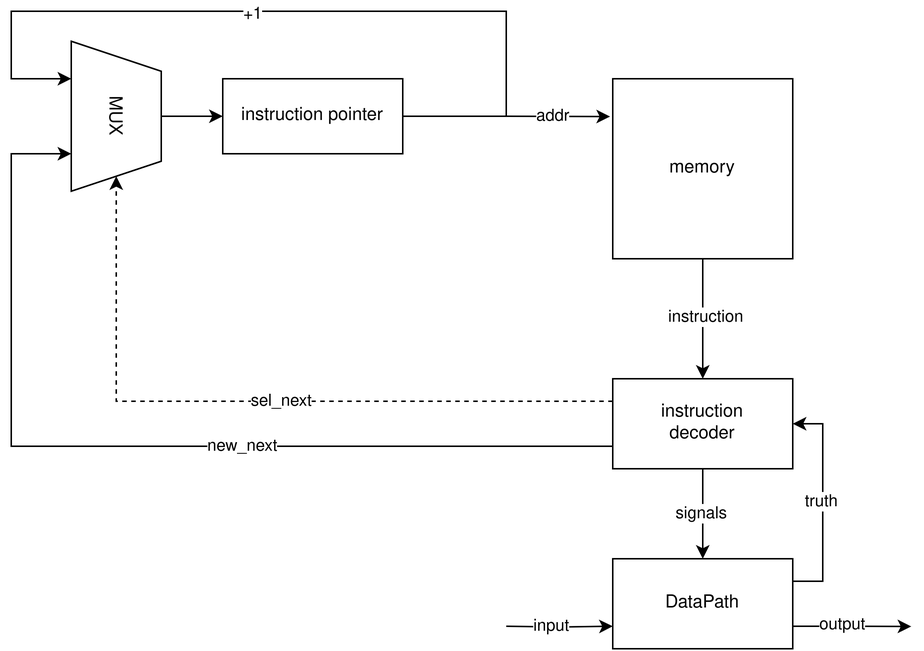
Earlier version of the draw.io export diagrams/controlunit.drawio.png (sultanowskii/drum). Source tidied: cells renumbered, new cells last; positions are measured from the earlier drawing's top-left corner, leaving out a move shared by most shapes.
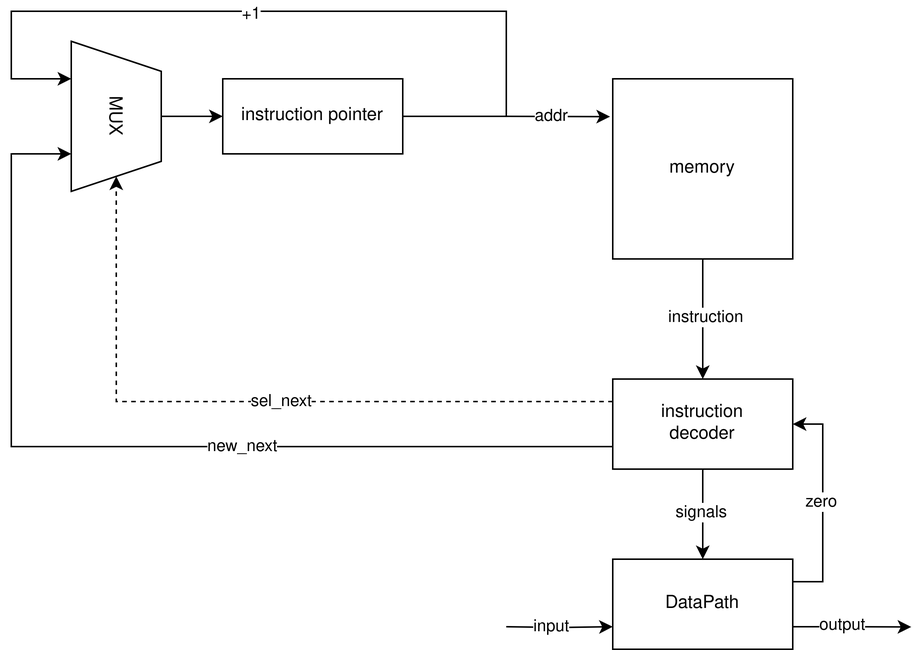
Later version of the same file.

Diff of the diagram source:
```diff
@@ -64,7 +64,7 @@
     <mxCell id="17" style="edgeStyle=orthogonalEdgeStyle;rounded=0;jettySize=auto;html=1;exitX=1;exitY=0.25;exitDx=0;exitDy=0;entryX=1;entryY=0.5;entryDx=0;entryDy=0;" parent="1" edge="1" source="21" target="16">
       <mxGeometry relative="1" as="geometry" />
     </mxCell>
-    <mxCell id="18" value="truth" style="edgeLabel;html=1;align=center;verticalAlign=middle;" parent="17" vertex="1">
+    <mxCell id="18" value="zero" style="edgeLabel;html=1;align=center;verticalAlign=middle;" parent="17" vertex="1">
       <mxGeometry x="0.01" y="1" relative="1" as="geometry" />
     </mxCell>
     <mxCell id="19" style="edgeStyle=orthogonalEdgeStyle;rounded=0;jettySize=auto;html=1;exitX=1;exitY=0.75;exitDx=0;exitDy=0;" parent="1" edge="1" source="21">
```
